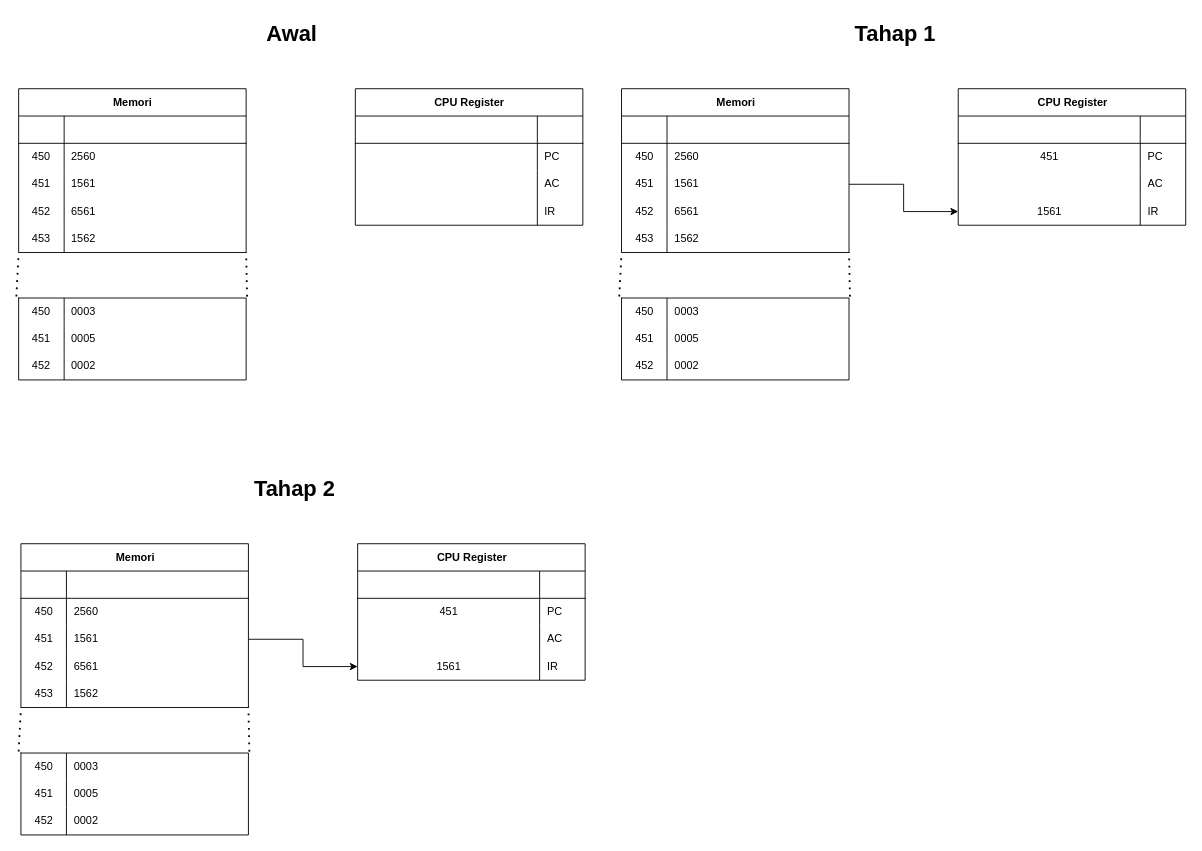
This is CPU.drawio from ImNotDanish05/Tester, a draw.io file, before an edit. Source tidied: cells renumbered, new cells numbered last; positions are measured from the earlier drawing's top-left corner, leaving out a move shared by most shapes. Both pictures are drawn from the tidied source at 91%, with x=0, y=0 at pixel (18, 15).
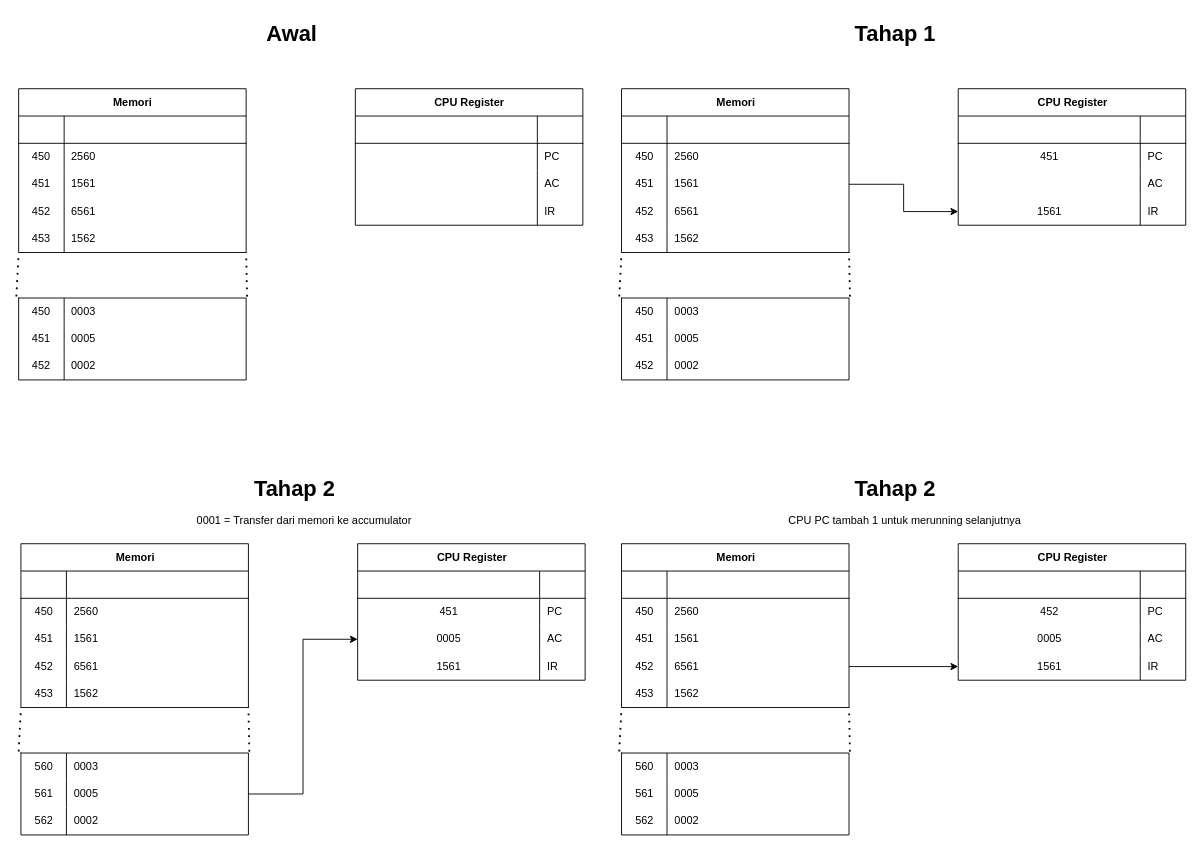
Above is the later version.

The change refers to these unchanged cells:
```xml
<mxCell id="94" style="shape=tableRow;horizontal=0;startSize=0;swimlaneHead=0;swimlaneBody=0;fillColor=none;points=[[0,0.5],[1,0.5]];portConstraint=eastwest;top=0;left=0;right=0;bottom=0;" parent="87" vertex="1">
  <mxGeometry y="90" width="250" height="30" as="geometry" />
</mxCell>
<mxCell id="110" style="shape=tableRow;horizontal=0;startSize=0;swimlaneHead=0;swimlaneBody=0;fillColor=none;points=[[0,0.5],[1,0.5]];portConstraint=eastwest;top=0;left=0;right=0;bottom=0;" parent="103" vertex="1">
  <mxGeometry y="90" width="250" height="30" as="geometry" />
</mxCell>
<mxCell id="113" style="shape=tableRow;horizontal=0;startSize=0;swimlaneHead=0;swimlaneBody=0;fillColor=none;points=[[0,0.5],[1,0.5]];portConstraint=eastwest;top=0;left=0;right=0;bottom=0;" parent="103" vertex="1">
  <mxGeometry y="120" width="250" height="30" as="geometry" />
</mxCell>
<mxCell id="117" style="shape=tableRow;horizontal=0;startSize=0;swimlaneHead=0;swimlaneBody=0;fillColor=none;points=[[0,0.5],[1,0.5]];portConstraint=eastwest;top=0;left=0;right=0;bottom=0;" parent="116" vertex="1">
  <mxGeometry width="250" height="30" as="geometry" />
</mxCell>
<mxCell id="120" style="shape=tableRow;horizontal=0;startSize=0;swimlaneHead=0;swimlaneBody=0;fillColor=none;points=[[0,0.5],[1,0.5]];portConstraint=eastwest;top=0;left=0;right=0;bottom=0;" parent="116" vertex="1">
  <mxGeometry y="30" width="250" height="30" as="geometry" />
</mxCell>
<mxCell id="123" style="shape=tableRow;horizontal=0;startSize=0;swimlaneHead=0;swimlaneBody=0;fillColor=none;top=0;left=0;right=0;bottom=0;" parent="116" vertex="1">
  <mxGeometry y="60" width="250" height="30" as="geometry" />
</mxCell>
```

The edit, as a diff of the source:
```diff
@@
-    <mxCell id="111" style="shape=partialRectangle;fillColor=none;top=0;left=0;bottom=0;right=0;overflow=hidden;whiteSpace=wrap;html=1;" parent="110" vertex="1">
+    <mxCell id="111" value="0005" style="shape=partialRectangle;fillColor=none;top=0;left=0;bottom=0;right=0;overflow=hidden;whiteSpace=wrap;html=1;" parent="110" vertex="1">
       <mxGeometry width="200" height="30" as="geometry" />
     </mxCell>
@@
-    <mxCell id="118" value="450" style="shape=partialRectangle;fillColor=none;top=0;left=0;bottom=0;right=0;overflow=hidden;whiteSpace=wrap;html=1;" parent="117" vertex="1">
+    <mxCell id="118" value="560" style="shape=partialRectangle;fillColor=none;top=0;left=0;bottom=0;right=0;overflow=hidden;whiteSpace=wrap;html=1;" parent="117" vertex="1">
       <mxGeometry width="50" height="30" as="geometry" />
     </mxCell>
@@
-    <mxCell id="121" value="451" style="shape=partialRectangle;fillColor=none;top=0;left=0;bottom=0;right=0;overflow=hidden;whiteSpace=wrap;html=1;" parent="120" vertex="1">
+    <mxCell id="121" value="561" style="shape=partialRectangle;fillColor=none;top=0;left=0;bottom=0;right=0;overflow=hidden;whiteSpace=wrap;html=1;" parent="120" vertex="1">
       <mxGeometry width="50" height="30" as="geometry" />
     </mxCell>
@@
-    <mxCell id="124" value="452" style="shape=partialRectangle;fillColor=none;top=0;left=0;bottom=0;right=0;overflow=hidden;whiteSpace=wrap;html=1;" parent="123" vertex="1">
+    <mxCell id="124" value="562" style="shape=partialRectangle;fillColor=none;top=0;left=0;bottom=0;right=0;overflow=hidden;whiteSpace=wrap;html=1;" parent="123" vertex="1">
       <mxGeometry width="50" height="30" as="geometry" />
     </mxCell>
@@
-    <mxCell id="129" style="edgeStyle=orthogonalEdgeStyle;rounded=0;jettySize=auto;html=1;entryX=0;entryY=0.5;entryDx=0;entryDy=0;" parent="1" edge="1" source="94" target="113">
-      <mxGeometry relative="1" as="geometry" />
-    </mxCell>
+    <mxCell id="130" value="0001 =&amp;nbsp;Transfer dari memori ke accumulator" style="text;html=1;align=center;verticalAlign=middle;whiteSpace=wrap;rounded=0;" parent="1" vertex="1">
+      <mxGeometry x="180" y="540" width="267.5" height="30" as="geometry" />
+    </mxCell>
+    <mxCell id="131" style="edgeStyle=orthogonalEdgeStyle;rounded=0;jettySize=auto;html=1;entryX=0;entryY=0.5;entryDx=0;entryDy=0;" parent="1" edge="1" source="120" target="110">
+      <mxGeometry relative="1" as="geometry" />
+    </mxCell>
+    <mxCell id="132" value="Memori" style="shape=table;startSize=30;childLayout=tableLayout;rowLines=0;fontStyle=1;align=center;html=1;" parent="1" vertex="1">
+      <mxGeometry x="662.5" y="580" width="250" height="180" as="geometry" />
+    </mxCell>
+    <mxCell id="133" style="shape=tableRow;horizontal=0;startSize=0;swimlaneHead=0;swimlaneBody=0;fillColor=none;top=0;left=0;right=0;bottom=1;" parent="132" vertex="1">
+      <mxGeometry y="30" width="250" height="30" as="geometry" />
+    </mxCell>
+    <mxCell id="134" style="shape=partialRectangle;fillColor=none;top=0;left=0;bottom=0;right=0;fontStyle=1;overflow=hidden;whiteSpace=wrap;html=1;" parent="133" vertex="1">
+      <mxGeometry width="50" height="30" as="geometry" />
+    </mxCell>
+    <mxCell id="135" style="shape=partialRectangle;fillColor=none;top=0;left=0;bottom=0;right=0;align=left;spacingLeft=6;fontStyle=5;overflow=hidden;whiteSpace=wrap;html=1;" parent="133" vertex="1">
+      <mxGeometry x="50" width="200" height="30" as="geometry" />
+    </mxCell>
+    <mxCell id="136" style="shape=tableRow;horizontal=0;startSize=0;swimlaneHead=0;swimlaneBody=0;fillColor=none;top=0;left=0;right=0;bottom=0;" parent="132" vertex="1">
+      <mxGeometry y="60" width="250" height="30" as="geometry" />
+    </mxCell>
+    <mxCell id="137" value="450" style="shape=partialRectangle;fillColor=none;top=0;left=0;bottom=0;right=0;overflow=hidden;whiteSpace=wrap;html=1;" parent="136" vertex="1">
+      <mxGeometry width="50" height="30" as="geometry" />
+    </mxCell>
+    <mxCell id="138" value="2560" style="shape=partialRectangle;fillColor=none;top=0;left=0;bottom=0;right=0;align=left;spacingLeft=6;overflow=hidden;whiteSpace=wrap;html=1;" parent="136" vertex="1">
+      <mxGeometry x="50" width="200" height="30" as="geometry" />
+    </mxCell>
+    <mxCell id="139" style="shape=tableRow;horizontal=0;startSize=0;swimlaneHead=0;swimlaneBody=0;fillColor=none;top=0;left=0;right=0;bottom=0;" parent="132" vertex="1">
+      <mxGeometry y="90" width="250" height="30" as="geometry" />
+    </mxCell>
+    <mxCell id="140" value="451" style="shape=partialRectangle;fillColor=none;top=0;left=0;bottom=0;right=0;overflow=hidden;whiteSpace=wrap;html=1;" parent="139" vertex="1">
+      <mxGeometry width="50" height="30" as="geometry" />
+    </mxCell>
+    <mxCell id="141" value="1561" style="shape=partialRectangle;fillColor=none;top=0;left=0;bottom=0;right=0;align=left;spacingLeft=6;overflow=hidden;whiteSpace=wrap;html=1;" parent="139" vertex="1">
+      <mxGeometry x="50" width="200" height="30" as="geometry" />
+    </mxCell>
+    <mxCell id="142" style="shape=tableRow;horizontal=0;startSize=0;swimlaneHead=0;swimlaneBody=0;fillColor=none;points=[[0,0.5],[1,0.5]];portConstraint=eastwest;top=0;left=0;right=0;bottom=0;" parent="132" vertex="1">
+      <mxGeometry y="120" width="250" height="30" as="geometry" />
+    </mxCell>
+    <mxCell id="143" value="452" style="shape=partialRectangle;fillColor=none;top=0;left=0;bottom=0;right=0;overflow=hidden;whiteSpace=wrap;html=1;" parent="142" vertex="1">
+      <mxGeometry width="50" height="30" as="geometry" />
+    </mxCell>
+    <mxCell id="144" value="6561" style="shape=partialRectangle;fillColor=none;top=0;left=0;bottom=0;right=0;align=left;spacingLeft=6;overflow=hidden;whiteSpace=wrap;html=1;" parent="142" vertex="1">
+      <mxGeometry x="50" width="200" height="30" as="geometry" />
+    </mxCell>
+    <mxCell id="145" style="shape=tableRow;horizontal=0;startSize=0;swimlaneHead=0;swimlaneBody=0;fillColor=none;points=[[0,0.5],[1,0.5]];portConstraint=eastwest;top=0;left=0;right=0;bottom=0;" parent="132" vertex="1">
+      <mxGeometry y="150" width="250" height="30" as="geometry" />
+    </mxCell>
+    <mxCell id="146" value="453" style="shape=partialRectangle;fillColor=none;top=0;left=0;bottom=0;right=0;overflow=hidden;whiteSpace=wrap;html=1;" parent="145" vertex="1">
+      <mxGeometry width="50" height="30" as="geometry" />
+    </mxCell>
+    <mxCell id="147" value="1562" style="shape=partialRectangle;fillColor=none;top=0;left=0;bottom=0;right=0;align=left;spacingLeft=6;overflow=hidden;whiteSpace=wrap;html=1;" parent="145" vertex="1">
+      <mxGeometry x="50" width="200" height="30" as="geometry" />
+    </mxCell>
+    <mxCell id="148" value="CPU Register" style="shape=table;startSize=30;childLayout=tableLayout;rowLines=0;fontStyle=1;align=center;html=1;" parent="1" vertex="1">
+      <mxGeometry x="1032.5" y="580" width="250" height="150" as="geometry" />
+    </mxCell>
+    <mxCell id="149" style="shape=tableRow;horizontal=0;startSize=0;swimlaneHead=0;swimlaneBody=0;fillColor=none;top=0;left=0;right=0;bottom=1;" parent="148" vertex="1">
+      <mxGeometry y="30" width="250" height="30" as="geometry" />
+    </mxCell>
+    <mxCell id="150" style="shape=partialRectangle;fillColor=none;top=0;left=0;bottom=0;right=0;fontStyle=1;overflow=hidden;whiteSpace=wrap;html=1;" parent="149" vertex="1">
+      <mxGeometry width="200" height="30" as="geometry" />
+    </mxCell>
+    <mxCell id="151" style="shape=partialRectangle;fillColor=none;top=0;left=0;bottom=0;right=0;align=left;spacingLeft=6;fontStyle=5;overflow=hidden;whiteSpace=wrap;html=1;" parent="149" vertex="1">
+      <mxGeometry x="200" width="50" height="30" as="geometry" />
+    </mxCell>
+    <mxCell id="152" style="shape=tableRow;horizontal=0;startSize=0;swimlaneHead=0;swimlaneBody=0;fillColor=none;top=0;left=0;right=0;bottom=0;" parent="148" vertex="1">
+      <mxGeometry y="60" width="250" height="30" as="geometry" />
+    </mxCell>
+    <mxCell id="153" value="452" style="shape=partialRectangle;fillColor=none;top=0;left=0;bottom=0;right=0;overflow=hidden;whiteSpace=wrap;html=1;" parent="152" vertex="1">
+      <mxGeometry width="200" height="30" as="geometry" />
+    </mxCell>
+    <mxCell id="154" value="PC" style="shape=partialRectangle;fillColor=none;top=0;left=0;bottom=0;right=0;align=left;spacingLeft=6;overflow=hidden;whiteSpace=wrap;html=1;" parent="152" vertex="1">
+      <mxGeometry x="200" width="50" height="30" as="geometry" />
+    </mxCell>
+    <mxCell id="155" style="shape=tableRow;horizontal=0;startSize=0;swimlaneHead=0;swimlaneBody=0;fillColor=none;top=0;left=0;right=0;bottom=0;" parent="148" vertex="1">
+      <mxGeometry y="90" width="250" height="30" as="geometry" />
+    </mxCell>
+    <mxCell id="156" value="0005" style="shape=partialRectangle;fillColor=none;top=0;left=0;bottom=0;right=0;overflow=hidden;whiteSpace=wrap;html=1;" parent="155" vertex="1">
+      <mxGeometry width="200" height="30" as="geometry" />
+    </mxCell>
+    <mxCell id="157" value="AC" style="shape=partialRectangle;fillColor=none;top=0;left=0;bottom=0;right=0;align=left;spacingLeft=6;overflow=hidden;whiteSpace=wrap;html=1;" parent="155" vertex="1">
+      <mxGeometry x="200" width="50" height="30" as="geometry" />
+    </mxCell>
+    <mxCell id="158" style="shape=tableRow;horizontal=0;startSize=0;swimlaneHead=0;swimlaneBody=0;fillColor=none;points=[[0,0.5],[1,0.5]];portConstraint=eastwest;top=0;left=0;right=0;bottom=0;" parent="148" vertex="1">
+      <mxGeometry y="120" width="250" height="30" as="geometry" />
+    </mxCell>
+    <mxCell id="159" value="1561" style="shape=partialRectangle;fillColor=none;top=0;left=0;bottom=0;right=0;overflow=hidden;whiteSpace=wrap;html=1;" parent="158" vertex="1">
+      <mxGeometry width="200" height="30" as="geometry" />
+    </mxCell>
+    <mxCell id="160" value="IR" style="shape=partialRectangle;fillColor=none;top=0;left=0;bottom=0;right=0;align=left;spacingLeft=6;overflow=hidden;whiteSpace=wrap;html=1;" parent="158" vertex="1">
+      <mxGeometry x="200" width="50" height="30" as="geometry" />
+    </mxCell>
+    <mxCell id="161" style="shape=table;startSize=0;childLayout=tableLayout;rowLines=0;fontStyle=1;align=center;html=1;" parent="1" vertex="1">
+      <mxGeometry x="662.5" y="810" width="250" height="90" as="geometry" />
+    </mxCell>
+    <mxCell id="162" style="shape=tableRow;horizontal=0;startSize=0;swimlaneHead=0;swimlaneBody=0;fillColor=none;points=[[0,0.5],[1,0.5]];portConstraint=eastwest;top=0;left=0;right=0;bottom=0;" parent="161" vertex="1">
+      <mxGeometry width="250" height="30" as="geometry" />
+    </mxCell>
+    <mxCell id="163" value="560" style="shape=partialRectangle;fillColor=none;top=0;left=0;bottom=0;right=0;overflow=hidden;whiteSpace=wrap;html=1;" parent="162" vertex="1">
+      <mxGeometry width="50" height="30" as="geometry" />
+    </mxCell>
+    <mxCell id="164" value="0003" style="shape=partialRectangle;fillColor=none;top=0;left=0;bottom=0;right=0;align=left;spacingLeft=6;overflow=hidden;whiteSpace=wrap;html=1;" parent="162" vertex="1">
+      <mxGeometry x="50" width="200" height="30" as="geometry" />
+    </mxCell>
+    <mxCell id="165" style="shape=tableRow;horizontal=0;startSize=0;swimlaneHead=0;swimlaneBody=0;fillColor=none;top=0;left=0;right=0;bottom=0;" parent="161" vertex="1">
+      <mxGeometry y="30" width="250" height="30" as="geometry" />
+    </mxCell>
+    <mxCell id="166" value="561" style="shape=partialRectangle;fillColor=none;top=0;left=0;bottom=0;right=0;overflow=hidden;whiteSpace=wrap;html=1;" parent="165" vertex="1">
+      <mxGeometry width="50" height="30" as="geometry" />
+    </mxCell>
+    <mxCell id="167" value="0005" style="shape=partialRectangle;fillColor=none;top=0;left=0;bottom=0;right=0;align=left;spacingLeft=6;overflow=hidden;whiteSpace=wrap;html=1;" parent="165" vertex="1">
+      <mxGeometry x="50" width="200" height="30" as="geometry" />
+    </mxCell>
+    <mxCell id="168" style="shape=tableRow;horizontal=0;startSize=0;swimlaneHead=0;swimlaneBody=0;fillColor=none;top=0;left=0;right=0;bottom=0;" parent="161" vertex="1">
+      <mxGeometry y="60" width="250" height="30" as="geometry" />
+    </mxCell>
+    <mxCell id="169" value="562" style="shape=partialRectangle;fillColor=none;top=0;left=0;bottom=0;right=0;overflow=hidden;whiteSpace=wrap;html=1;" parent="168" vertex="1">
+      <mxGeometry width="50" height="30" as="geometry" />
+    </mxCell>
+    <mxCell id="170" value="0002" style="shape=partialRectangle;fillColor=none;top=0;left=0;bottom=0;right=0;align=left;spacingLeft=6;overflow=hidden;whiteSpace=wrap;html=1;" parent="168" vertex="1">
+      <mxGeometry x="50" width="200" height="30" as="geometry" />
+    </mxCell>
+    <mxCell id="171" style="endArrow=none;dashed=1;html=1;dashPattern=1 3;strokeWidth=2;rounded=0;exitX=1.004;exitY=-0.051;exitDx=0;exitDy=0;exitPerimeter=0;" parent="1" edge="1" source="162">
+      <mxGeometry relative="1" as="geometry">
+        <mxPoint x="912.5" y="760" as="targetPoint" />
+      </mxGeometry>
+    </mxCell>
+    <mxCell id="172" style="endArrow=none;dashed=1;html=1;dashPattern=1 3;strokeWidth=2;rounded=0;entryX=0;entryY=1;entryDx=0;entryDy=0;entryPerimeter=0;exitX=-0.01;exitY=-0.057;exitDx=0;exitDy=0;exitPerimeter=0;" parent="1" edge="1" source="162" target="145">
+      <mxGeometry relative="1" as="geometry" />
+    </mxCell>
+    <mxCell id="173" value="Tahap 2" style="text;strokeColor=none;fillColor=none;html=1;fontSize=24;fontStyle=1;verticalAlign=middle;align=center;" parent="1" vertex="1">
+      <mxGeometry x="912.5" y="500" width="100" height="40" as="geometry" />
+    </mxCell>
+    <mxCell id="174" value="CPU PC tambah 1 untuk merunning selanjutnya" style="text;html=1;align=center;verticalAlign=middle;whiteSpace=wrap;rounded=0;" parent="1" vertex="1">
+      <mxGeometry x="840" y="540" width="267.5" height="30" as="geometry" />
+    </mxCell>
+    <mxCell id="175" style="edgeStyle=orthogonalEdgeStyle;rounded=0;jettySize=auto;html=1;entryX=0;entryY=0.5;entryDx=0;entryDy=0;" parent="1" edge="1" source="142" target="158">
+      <mxGeometry relative="1" as="geometry" />
+    </mxCell>
```
